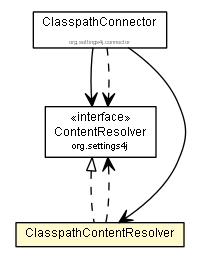
Before: archiv/2.1-SNAPSHOT/apidocs/org/settings4j/contentresolver/ClasspathContentResolver.png, a diagram exported from Graphviz (brabenetz/settings4j). Its source is kept beside it as archiv/2.1-SNAPSHOT/apidocs/org/settings4j/contentresolver/ClasspathContentResolver.dot. The source it was exported from:
```dot

digraph G {
	edge [fontname="arial",fontsize=10,labelfontname="arial",labelfontsize=10];
	node [fontname="arial",fontsize=10,shape=plaintext];
	nodesep=0.25;
	ranksep=0.5;
	c1158 [label=<<table title="org.settings4j.connector.ClasspathConnector" border="0" cellborder="1" cellspacing="0" cellpadding="2" port="p" href="../connector/ClasspathConnector.html">
		<tr><td><table border="0" cellspacing="0" cellpadding="1">
<tr><td align="center" balign="center"> ClasspathConnector </td></tr>
<tr><td align="center" balign="center"><font point-size="7.0"> org.settings4j.connector </font></td></tr>
		</table></td></tr>
		</table>>, URL="../connector/ClasspathConnector.html", fontname="arial", fontcolor="black", fontsize=9.0];
	c1168 [label=<<table title="org.settings4j.ContentResolver" border="0" cellborder="1" cellspacing="0" cellpadding="2" port="p" href="../ContentResolver.html">
		<tr><td><table border="0" cellspacing="0" cellpadding="1">
<tr><td align="center" balign="center"> &#171;interface&#187; </td></tr>
<tr><td align="center" balign="center"> ContentResolver </td></tr>
<tr><td align="center" balign="center"><font point-size="7.0"> org.settings4j </font></td></tr>
		</table></td></tr>
		</table>>, URL="../ContentResolver.html", fontname="arial", fontcolor="black", fontsize=9.0];
	c1176 [label=<<table title="org.settings4j.contentresolver.ClasspathContentResolver" border="0" cellborder="1" cellspacing="0" cellpadding="2" port="p" bgcolor="lemonChiffon" href="./ClasspathContentResolver.html">
		<tr><td><table border="0" cellspacing="0" cellpadding="1">
<tr><td align="center" balign="center"> ClasspathContentResolver </td></tr>
		</table></td></tr>
		</table>>, URL="./ClasspathContentResolver.html", fontname="arial", fontcolor="black", fontsize=9.0];
	c1168:p -> c1176:p [dir=back,arrowtail=empty,style=dashed];
	c1158:p -> c1176:p [taillabel="", label="", headlabel="", fontname="arial", fontcolor="black", fontsize=10.0, color="black", arrowhead=open];
	c1158:p -> c1168:p [taillabel="", label="", headlabel="", fontname="arial", fontcolor="black", fontsize=10.0, color="black", arrowhead=open];
	c1158:p -> c1168:p [taillabel="", label="", headlabel="", fontname="arial", fontcolor="black", fontsize=10.0, color="black", arrowhead=open, style=dashed];
	c1176:p -> c1168:p [taillabel="", label="", headlabel="", fontname="arial", fontcolor="black", fontsize=10.0, color="black", arrowhead=open, style=dashed];
}
```
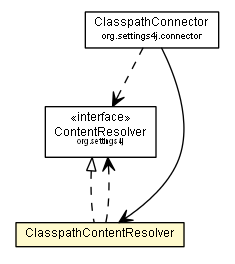
After the change.

The edit, as a diff of the source:
```diff
@@ -4,27 +4,26 @@
 	node [fontname="arial",fontsize=10,shape=plaintext];
 	nodesep=0.25;
 	ranksep=0.5;
-	c1158 [label=<<table title="org.settings4j.connector.ClasspathConnector" border="0" cellborder="1" cellspacing="0" cellpadding="2" port="p" href="../connector/ClasspathConnector.html">
+	c1159 [label=<<table title="org.settings4j.connector.ClasspathConnector" border="0" cellborder="1" cellspacing="0" cellpadding="2" port="p" href="../connector/ClasspathConnector.html">
 		<tr><td><table border="0" cellspacing="0" cellpadding="1">
 <tr><td align="center" balign="center"> ClasspathConnector </td></tr>
 <tr><td align="center" balign="center"><font point-size="7.0"> org.settings4j.connector </font></td></tr>
 		</table></td></tr>
 		</table>>, URL="../connector/ClasspathConnector.html", fontname="arial", fontcolor="black", fontsize=9.0];
-	c1168 [label=<<table title="org.settings4j.ContentResolver" border="0" cellborder="1" cellspacing="0" cellpadding="2" port="p" href="../ContentResolver.html">
+	c1169 [label=<<table title="org.settings4j.ContentResolver" border="0" cellborder="1" cellspacing="0" cellpadding="2" port="p" href="../ContentResolver.html">
 		<tr><td><table border="0" cellspacing="0" cellpadding="1">
 <tr><td align="center" balign="center"> &#171;interface&#187; </td></tr>
 <tr><td align="center" balign="center"> ContentResolver </td></tr>
 <tr><td align="center" balign="center"><font point-size="7.0"> org.settings4j </font></td></tr>
 		</table></td></tr>
 		</table>>, URL="../ContentResolver.html", fontname="arial", fontcolor="black", fontsize=9.0];
-	c1176 [label=<<table title="org.settings4j.contentresolver.ClasspathContentResolver" border="0" cellborder="1" cellspacing="0" cellpadding="2" port="p" bgcolor="lemonChiffon" href="./ClasspathContentResolver.html">
+	c1177 [label=<<table title="org.settings4j.contentresolver.ClasspathContentResolver" border="0" cellborder="1" cellspacing="0" cellpadding="2" port="p" bgcolor="lemonChiffon" href="./ClasspathContentResolver.html">
 		<tr><td><table border="0" cellspacing="0" cellpadding="1">
 <tr><td align="center" balign="center"> ClasspathContentResolver </td></tr>
 		</table></td></tr>
 		</table>>, URL="./ClasspathContentResolver.html", fontname="arial", fontcolor="black", fontsize=9.0];
-	c1168:p -> c1176:p [dir=back,arrowtail=empty,style=dashed];
-	c1158:p -> c1176:p [taillabel="", label="", headlabel="", fontname="arial", fontcolor="black", fontsize=10.0, color="black", arrowhead=open];
-	c1158:p -> c1168:p [taillabel="", label="", headlabel="", fontname="arial", fontcolor="black", fontsize=10.0, color="black", arrowhead=open];
-	c1158:p -> c1168:p [taillabel="", label="", headlabel="", fontname="arial", fontcolor="black", fontsize=10.0, color="black", arrowhead=open, style=dashed];
-	c1176:p -> c1168:p [taillabel="", label="", headlabel="", fontname="arial", fontcolor="black", fontsize=10.0, color="black", arrowhead=open, style=dashed];
+	c1169:p -> c1177:p [dir=back,arrowtail=empty,style=dashed];
+	c1159:p -> c1177:p [taillabel="", label="", headlabel="", fontname="arial", fontcolor="black", fontsize=10.0, color="black", arrowhead=open];
+	c1159:p -> c1169:p [taillabel="", label="", headlabel="", fontname="arial", fontcolor="black", fontsize=10.0, color="black", arrowhead=open, style=dashed];
+	c1177:p -> c1169:p [taillabel="", label="", headlabel="", fontname="arial", fontcolor="black", fontsize=10.0, color="black", arrowhead=open, style=dashed];
 }
```
